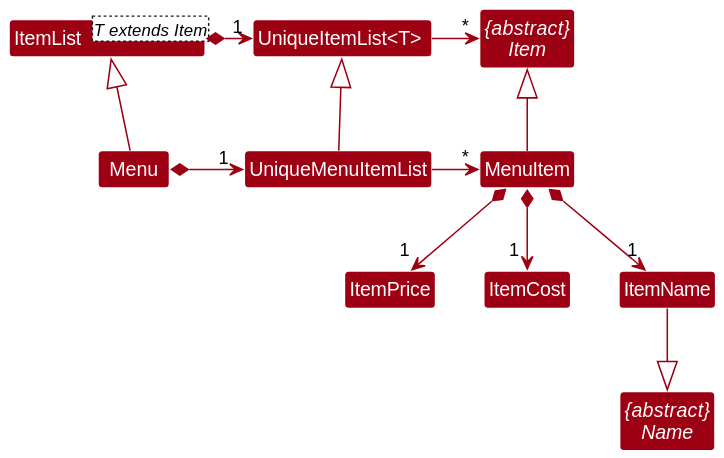
Before: docs/images/MenuClassDiagram.svg, a diagram exported from PlantUML (nus-cs2103-AY2223S2/tp). Source of this version:
```plantuml
@startuml
!include style.puml
skinparam arrowThickness 1.1
skinparam arrowColor MODEL_COLOR
skinparam classBackgroundColor MODEL_COLOR
skinparam groupInheritance 1

top to bottom direction

Abstract Class "{abstract}\nItem" as Item
Abstract Class "{abstract}\nName" as Name
Class "UniqueItemList<T> " as UniqueItemList
Class ItemList<T extends Item>


Class MenuItem
Class ItemPrice
Class ItemCost
Class ItemName
Class Menu extends ItemList
Class UniqueMenuItemList extends UniqueItemList

ItemList *--r> "1" UniqueItemList
UniqueItemList -r>"*" Item

Menu *--r> "1 " UniqueMenuItemList
UniqueMenuItemList -r>"*" MenuItem
MenuItem *--> "1" ItemName
MenuItem *--> "1 " ItemPrice
MenuItem *--> "1 " ItemCost
MenuItem -u|> Item

ItemName --|> Name
@enduml
```
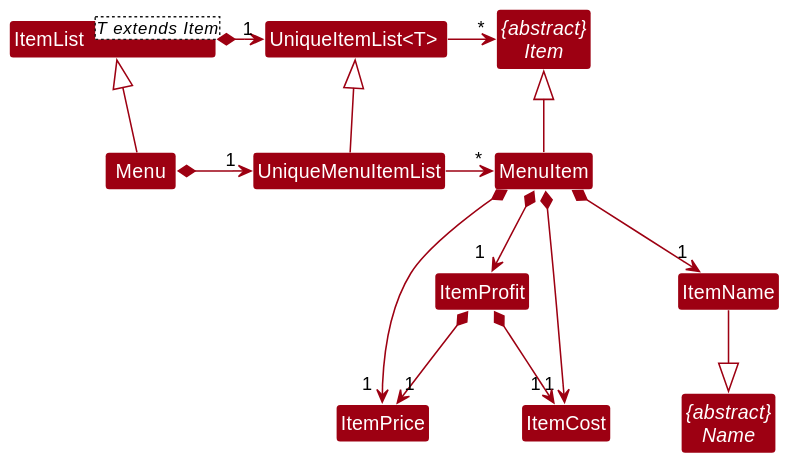
After the commit.

Commit message:
Fix Menu UML diagram

Change to the diagram source:
```diff
@@ -28,7 +28,13 @@
 MenuItem *--> "1" ItemName
 MenuItem *--> "1 " ItemPrice
 MenuItem *--> "1 " ItemCost
+MenuItem *--> "1 " ItemProfit
+ItemProfit *--> "1 " ItemPrice
+ItemProfit *--> "1 " ItemCost
+
+
 MenuItem -u|> Item
 
 ItemName --|> Name
+
 @enduml
```
